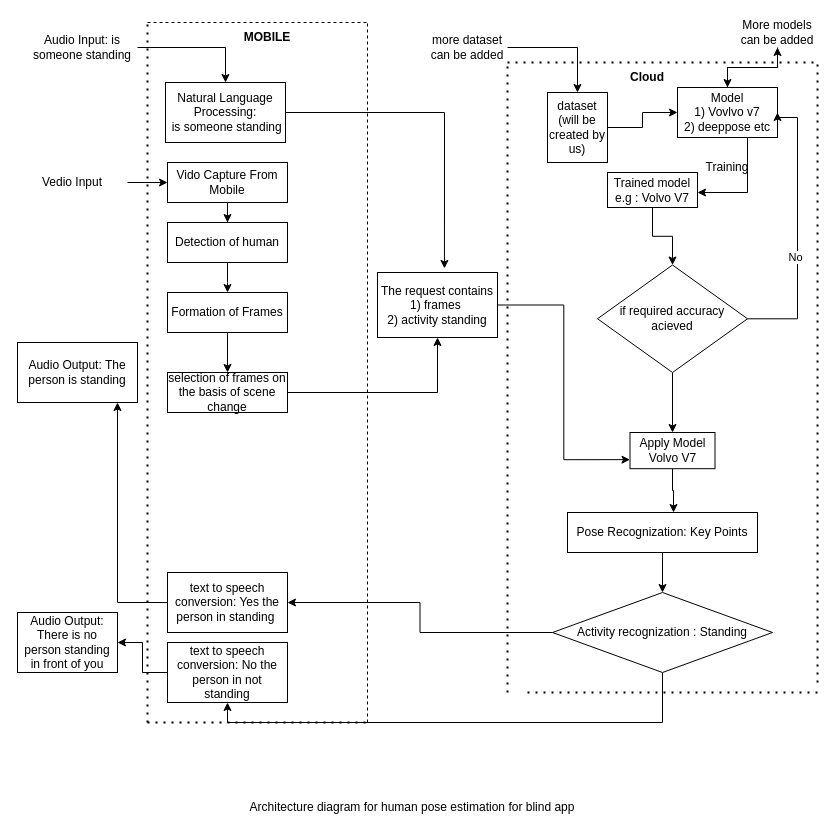
This is Untitled Diagram.drawio from ahmad2001hotmailyahoo/ahmad-arc, a draw.io file, before an edit. Source tidied: cells renumbered, new cells numbered last; positions are measured from the earlier drawing's top-left corner, leaving out a move shared by most shapes. Both pictures are drawn from the tidied source at 100%, with x=0, y=0 at pixel (17, 17).
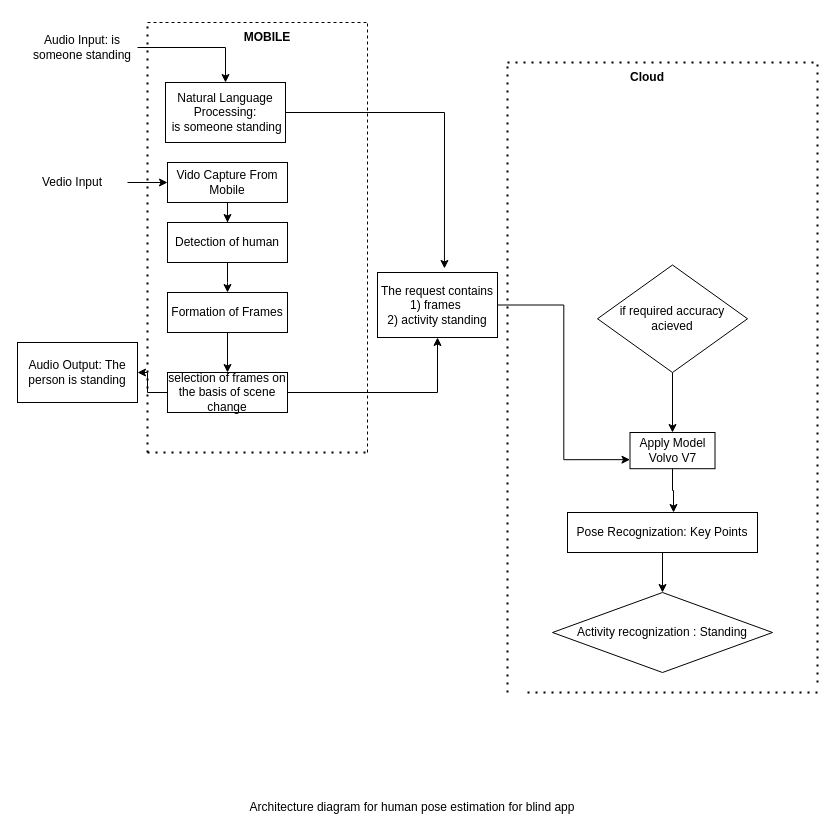
The same diagram, later.

Unchanged cells that the change refers to:
```xml
<mxCell id="11" value="selection of frames on the basis of scene change" style="whiteSpace=wrap;html=1;" parent="1" vertex="1">
  <mxGeometry x="150" y="355" width="120" height="40" as="geometry" />
</mxCell>
<mxCell id="35" value="if required accuracy acieved" style="rhombus;whiteSpace=wrap;html=1;" parent="1" vertex="1">
  <mxGeometry x="580" y="247.5" width="150" height="107.5" as="geometry" />
</mxCell>
<mxCell id="40" value="Activity recognization : Standing" style="rhombus;whiteSpace=wrap;html=1;" parent="1" vertex="1">
  <mxGeometry x="535" y="575" width="220" height="80" as="geometry" />
</mxCell>
<mxCell id="50" value="Audio Output: The person is standing" style="whiteSpace=wrap;html=1;" parent="1" vertex="1">
  <mxGeometry y="325" width="120" height="60" as="geometry" />
</mxCell>
```

What changed in the source:
```diff
@@
+    <mxCell id="58" style="edgeStyle=orthogonalEdgeStyle;rounded=0;jettySize=auto;html=1;" parent="1" edge="1" source="11" target="50">
+      <mxGeometry relative="1" as="geometry" />
+    </mxCell>
@@
     <mxCell id="15" style="endArrow=none;dashed=1;html=1;dashPattern=1 3;strokeWidth=2;rounded=0;" parent="1" edge="1">
       <mxGeometry relative="1" as="geometry">
-        <mxPoint x="130" y="705" as="sourcePoint" />
+        <mxPoint x="130" y="435" as="sourcePoint" />
         <mxPoint x="130" y="5" as="targetPoint" />
       </mxGeometry>
     </mxCell>
@@
     <mxCell id="17" style="endArrow=none;dashed=1;html=1;rounded=0;" parent="1" edge="1">
       <mxGeometry relative="1" as="geometry">
-        <mxPoint x="350" y="705" as="sourcePoint" />
+        <mxPoint x="350" y="435" as="sourcePoint" />
         <mxPoint x="350" y="5" as="targetPoint" />
       </mxGeometry>
     </mxCell>
     <mxCell id="18" style="endArrow=none;dashed=1;html=1;dashPattern=1 3;strokeWidth=2;rounded=0;" parent="1" edge="1">
       <mxGeometry relative="1" as="geometry">
-        <mxPoint x="130" y="705" as="sourcePoint" />
-        <mxPoint x="350" y="705" as="targetPoint" />
+        <mxPoint x="130" y="435" as="sourcePoint" />
+        <mxPoint x="350" y="435" as="targetPoint" />
       </mxGeometry>
     </mxCell>
@@
-    <mxCell id="20" style="edgeStyle=orthogonalEdgeStyle;rounded=0;jettySize=auto;html=1;" parent="1" edge="1" source="21" target="28">
-      <mxGeometry relative="1" as="geometry" />
-    </mxCell>
-    <mxCell id="21" value="more dataset can be added&lt;br&gt;" style="text;html=1;strokeColor=none;fillColor=none;align=center;verticalAlign=middle;whiteSpace=wrap;rounded=0;" parent="1" vertex="1">
-      <mxGeometry x="410" width="80" height="60" as="geometry" />
-    </mxCell>
-    <mxCell id="22" style="edgeStyle=orthogonalEdgeStyle;rounded=0;jettySize=auto;html=1;" parent="1" edge="1" source="23" target="26">
-      <mxGeometry relative="1" as="geometry" />
-    </mxCell>
-    <mxCell id="23" value="More models can be added" style="text;html=1;strokeColor=none;fillColor=none;align=center;verticalAlign=middle;whiteSpace=wrap;rounded=0;" parent="1" vertex="1">
-      <mxGeometry x="720" width="80" height="30" as="geometry" />
-    </mxCell>
-    <mxCell id="24" style="edgeStyle=orthogonalEdgeStyle;rounded=0;jettySize=auto;html=1;" parent="1" edge="1" source="26" target="30">
-      <mxGeometry relative="1" as="geometry">
-        <Array as="points">
-          <mxPoint x="730" y="175" />
-        </Array>
-      </mxGeometry>
-    </mxCell>
-    <mxCell id="25" style="edgeStyle=orthogonalEdgeStyle;rounded=0;jettySize=auto;html=1;" parent="1" edge="1" source="26" target="23">
-      <mxGeometry relative="1" as="geometry" />
-    </mxCell>
-    <mxCell id="26" value="Model&lt;br&gt;1) Vovlvo v7&lt;br&gt;2) deeppose etc" style="whiteSpace=wrap;html=1;" parent="1" vertex="1">
-      <mxGeometry x="660" y="70" width="100" height="50" as="geometry" />
-    </mxCell>
-    <mxCell id="27" style="edgeStyle=orthogonalEdgeStyle;rounded=0;jettySize=auto;html=1;entryX=0;entryY=0.5;entryDx=0;entryDy=0;" parent="1" edge="1" source="28" target="26">
-      <mxGeometry relative="1" as="geometry" />
-    </mxCell>
-    <mxCell id="28" value="dataset (will be created by us)" style="whiteSpace=wrap;html=1;" parent="1" vertex="1">
-      <mxGeometry x="530" y="75" width="60" height="70" as="geometry" />
-    </mxCell>
-    <mxCell id="29" style="edgeStyle=orthogonalEdgeStyle;rounded=0;jettySize=auto;html=1;" parent="1" edge="1" source="30" target="35">
-      <mxGeometry relative="1" as="geometry" />
-    </mxCell>
-    <mxCell id="30" value="Trained model&lt;br&gt;e.g : Volvo V7" style="whiteSpace=wrap;html=1;" parent="1" vertex="1">
-      <mxGeometry x="590" y="155" width="90" height="35" as="geometry" />
-    </mxCell>
-    <mxCell id="31" value="Training" style="text;html=1;strokeColor=none;fillColor=none;align=center;verticalAlign=middle;whiteSpace=wrap;rounded=0;" parent="1" vertex="1">
-      <mxGeometry x="680" y="135" width="60" height="30" as="geometry" />
-    </mxCell>
-    <mxCell id="32" style="edgeStyle=orthogonalEdgeStyle;rounded=0;jettySize=auto;html=1;entryX=1;entryY=0.5;entryDx=0;entryDy=0;" parent="1" edge="1" source="35" target="26">
-      <mxGeometry relative="1" as="geometry">
-        <Array as="points">
-          <mxPoint x="780" y="301" />
-          <mxPoint x="780" y="100" />
-        </Array>
-      </mxGeometry>
-    </mxCell>
-    <mxCell id="33" value="No" style="edgeLabel;html=1;align=center;verticalAlign=middle;" parent="32" vertex="1">
-      <mxGeometry x="-0.19" y="3" relative="1" as="geometry" />
-    </mxCell>
@@
-    <mxCell id="38" style="edgeStyle=orthogonalEdgeStyle;rounded=0;jettySize=auto;html=1;" parent="1" edge="1" source="40" target="42">
-      <mxGeometry relative="1" as="geometry" />
-    </mxCell>
-    <mxCell id="39" style="edgeStyle=orthogonalEdgeStyle;rounded=0;jettySize=auto;html=1;" parent="1" edge="1" source="40" target="44">
-      <mxGeometry relative="1" as="geometry">
-        <Array as="points">
-          <mxPoint x="645" y="705" />
-          <mxPoint x="210" y="705" />
-        </Array>
-      </mxGeometry>
-    </mxCell>
@@
-    <mxCell id="41" style="edgeStyle=orthogonalEdgeStyle;rounded=0;jettySize=auto;html=1;" parent="1" edge="1" source="42" target="50">
-      <mxGeometry relative="1" as="geometry">
-        <Array as="points">
-          <mxPoint x="100" y="585" />
-        </Array>
-      </mxGeometry>
-    </mxCell>
-    <mxCell id="42" value="text to speech conversion: Yes the person in standing&amp;nbsp;" style="whiteSpace=wrap;html=1;" parent="1" vertex="1">
-      <mxGeometry x="150" y="555" width="120" height="60" as="geometry" />
-    </mxCell>
-    <mxCell id="43" style="edgeStyle=orthogonalEdgeStyle;rounded=0;jettySize=auto;html=1;" parent="1" edge="1" source="44" target="51">
-      <mxGeometry relative="1" as="geometry" />
-    </mxCell>
-    <mxCell id="44" value="text to speech conversion: No the person in not standing" style="whiteSpace=wrap;html=1;" parent="1" vertex="1">
-      <mxGeometry x="150" y="625" width="120" height="60" as="geometry" />
-    </mxCell>
@@
-    <mxCell id="46" style="endArrow=none;dashed=1;html=1;dashPattern=1 3;strokeWidth=2;rounded=0;exitX=1;exitY=0.75;exitDx=0;exitDy=0;" parent="1" edge="1" source="21">
+    <mxCell id="46" style="endArrow=none;dashed=1;html=1;dashPattern=1 3;strokeWidth=2;rounded=0;exitX=1;exitY=0.75;exitDx=0;exitDy=0;" parent="1" edge="1">
       <mxGeometry relative="1" as="geometry">
+        <mxPoint x="490" y="45" as="sourcePoint" />
         <mxPoint x="800" y="45" as="targetPoint" />
       </mxGeometry>
     </mxCell>
@@
-    <mxCell id="51" value="Audio Output: There is no person standing in front of you" style="whiteSpace=wrap;html=1;" parent="1" vertex="1">
-      <mxGeometry y="595" width="100" height="60" as="geometry" />
-    </mxCell>
```
